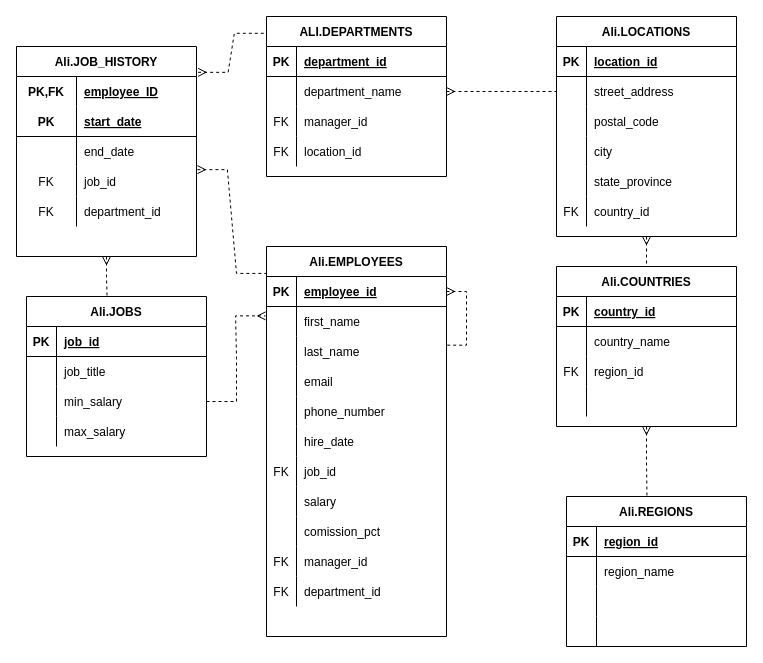
Aliraza1002/Draw.io keeps this draw.io diagram as page "Page-1" (1 of 2) of ERDAssignment.drawio. Above is the earlier version. Source tidied: cells renumbered, new cells numbered last; positions are measured from the earlier drawing's top-left corner, leaving out a move shared by most shapes. Both pictures are drawn from the tidied source at 100%, with x=0, y=0 at pixel (16, 16).
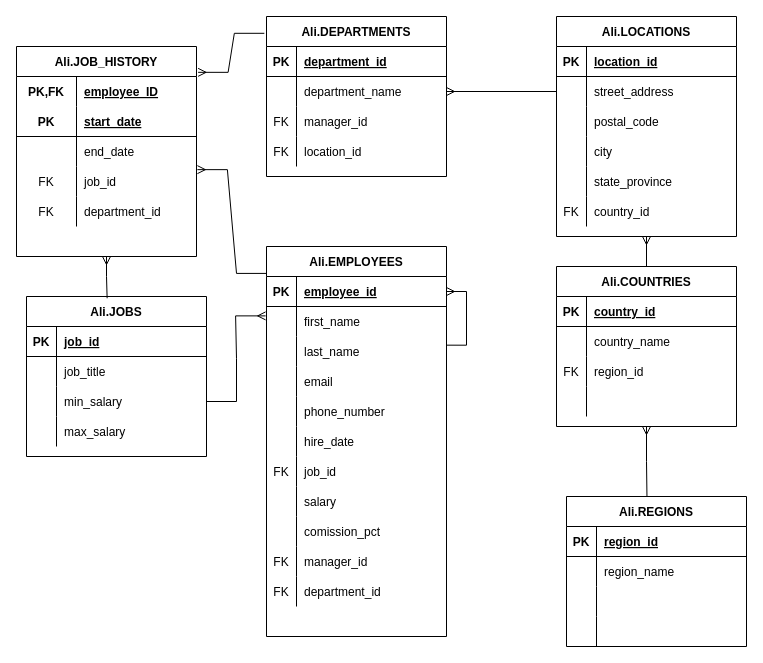
After the change.

Unchanged cells that the change refers to:
```xml
<mxCell id="2" value="Ali.JOBS" style="shape=table;startSize=30;childLayout=tableLayout;rowLines=0;fontStyle=1;align=center;" parent="1" vertex="1">
  <mxGeometry x="10" y="280" width="180" height="160" as="geometry" />
</mxCell>
<mxCell id="9" style="shape=partialRectangle;fillColor=none;top=0;left=0;bottom=0;right=0;points=[[0,0.5],[1,0.5]];portConstraint=eastwest;" parent="2" vertex="1">
  <mxGeometry y="90" width="180" height="30" as="geometry" />
</mxCell>
<mxCell id="16" value="Ali.JOB_HISTORY" style="shape=table;startSize=30;childLayout=tableLayout;rowLines=0;fontStyle=1;align=center;" parent="1" vertex="1">
  <mxGeometry y="30" width="180" height="210" as="geometry" />
</mxCell>
<mxCell id="26" style="shape=partialRectangle;fillColor=none;top=0;left=0;bottom=0;right=0;points=[[0,0.5],[1,0.5]];portConstraint=eastwest;" parent="16" vertex="1">
  <mxGeometry y="120" width="180" height="30" as="geometry" />
</mxCell>
<mxCell id="36" style="shape=partialRectangle;fillColor=none;top=0;left=0;bottom=0;right=0;points=[[0,0.5],[1,0.5]];portConstraint=eastwest;" parent="32" vertex="1">
  <mxGeometry y="60" width="180" height="30" as="geometry" />
</mxCell>
<mxCell id="46" value="Ali.LOCATIONS" style="shape=table;startSize=30;childLayout=tableLayout;rowLines=0;fontStyle=1;align=center;" parent="1" vertex="1">
  <mxGeometry x="540" width="180" height="220" as="geometry" />
</mxCell>
<mxCell id="50" style="shape=partialRectangle;fillColor=none;top=0;left=0;bottom=0;right=0;points=[[0,0.5],[1,0.5]];portConstraint=eastwest;" parent="46" vertex="1">
  <mxGeometry y="60" width="180" height="30" as="geometry" />
</mxCell>
<mxCell id="65" value="Ali.EMPLOYEES" style="shape=table;startSize=30;childLayout=tableLayout;rowLines=0;fontStyle=1;align=center;" parent="1" vertex="1">
  <mxGeometry x="250" y="230" width="180" height="390" as="geometry" />
</mxCell>
<mxCell id="67" style="shape=partialRectangle;fillColor=none;top=0;left=0;bottom=1;right=0;points=[[0,0.5],[1,0.5]];portConstraint=eastwest;" parent="65" vertex="1">
  <mxGeometry y="30" width="180" height="30" as="geometry" />
</mxCell>
<mxCell id="70" style="shape=partialRectangle;fillColor=none;top=0;left=0;bottom=0;right=0;points=[[0,0.5],[1,0.5]];portConstraint=eastwest;" parent="65" vertex="1">
  <mxGeometry y="60" width="180" height="30" as="geometry" />
</mxCell>
<mxCell id="73" style="shape=partialRectangle;fillColor=none;top=0;left=0;bottom=0;right=0;points=[[0,0.5],[1,0.5]];portConstraint=eastwest;" parent="65" vertex="1">
  <mxGeometry y="90" width="180" height="30" as="geometry" />
</mxCell>
<mxCell id="101" value="Ali.COUNTRIES" style="shape=table;startSize=30;childLayout=tableLayout;rowLines=0;fontStyle=1;align=center;" parent="1" vertex="1">
  <mxGeometry x="540" y="250" width="180" height="160" as="geometry" />
</mxCell>
<mxCell id="114" value="Ali.REGIONS" style="shape=table;startSize=30;childLayout=tableLayout;rowLines=0;fontStyle=1;align=center;" parent="1" vertex="1">
  <mxGeometry x="550" y="480" width="180" height="150" as="geometry" />
</mxCell>
```

Diff of the diagram source:
```diff
@@
-    <mxCell id="15" style="edgeStyle=orthogonalEdgeStyle;rounded=0;jettySize=auto;html=1;entryX=0.448;entryY=0.011;entryDx=0;entryDy=0;entryPerimeter=0;dashed=1;startArrow=ERmany;startFill=0;endArrow=none;endFill=0;" parent="1" edge="1" source="16" target="2">
+    <mxCell id="15" style="edgeStyle=orthogonalEdgeStyle;rounded=0;jettySize=auto;html=1;entryX=0.448;entryY=0.011;entryDx=0;entryDy=0;entryPerimeter=0;startArrow=ERmany;startFill=0;endArrow=none;endFill=0;" parent="1" edge="1" source="16" target="2">
       <mxGeometry relative="1" as="geometry" />
     </mxCell>
@@
-    <mxCell id="32" value="ALI.DEPARTMENTS" style="shape=table;startSize=30;childLayout=tableLayout;rowLines=0;fontStyle=1;align=center;" parent="1" vertex="1">
+    <mxCell id="32" value="Ali.DEPARTMENTS" style="shape=table;startSize=30;childLayout=tableLayout;rowLines=0;fontStyle=1;align=center;" parent="1" vertex="1">
       <mxGeometry x="250" width="180" height="160" as="geometry" />
     </mxCell>
@@
-    <mxCell id="45" style="edgeStyle=orthogonalEdgeStyle;rounded=0;jettySize=auto;html=1;exitX=0.5;exitY=1;exitDx=0;exitDy=0;entryX=0.5;entryY=0;entryDx=0;entryDy=0;dashed=1;startArrow=ERmany;startFill=0;endArrow=none;endFill=0;" parent="1" edge="1" source="46" target="101">
+    <mxCell id="45" style="edgeStyle=orthogonalEdgeStyle;rounded=0;jettySize=auto;html=1;exitX=0.5;exitY=1;exitDx=0;exitDy=0;entryX=0.5;entryY=0;entryDx=0;entryDy=0;startArrow=ERmany;startFill=0;endArrow=none;endFill=0;" parent="1" edge="1" source="46" target="101">
       <mxGeometry relative="1" as="geometry" />
     </mxCell>
@@
-    <mxCell id="66" style="edgeStyle=orthogonalEdgeStyle;rounded=0;jettySize=auto;html=1;exitX=1;exitY=0.5;exitDx=0;exitDy=0;entryX=1.002;entryY=0.289;entryDx=0;entryDy=0;entryPerimeter=0;dashed=1;startArrow=ERmany;startFill=0;endArrow=none;endFill=0;" parent="65" edge="1" source="67" target="73">
+    <mxCell id="66" style="edgeStyle=orthogonalEdgeStyle;rounded=0;jettySize=auto;html=1;exitX=1;exitY=0.5;exitDx=0;exitDy=0;entryX=1.002;entryY=0.289;entryDx=0;entryDy=0;entryPerimeter=0;startArrow=ERmany;startFill=0;endArrow=none;endFill=0;" parent="65" edge="1" source="67" target="73">
       <mxGeometry relative="1" as="geometry" />
     </mxCell>
@@
-    <mxCell id="100" style="edgeStyle=orthogonalEdgeStyle;rounded=0;jettySize=auto;html=1;entryX=0.447;entryY=-0.003;entryDx=0;entryDy=0;entryPerimeter=0;dashed=1;startArrow=ERmany;startFill=0;endArrow=none;endFill=0;" parent="1" edge="1" source="101" target="114">
+    <mxCell id="100" style="edgeStyle=orthogonalEdgeStyle;rounded=0;jettySize=auto;html=1;entryX=0.447;entryY=-0.003;entryDx=0;entryDy=0;entryPerimeter=0;startArrow=ERmany;startFill=0;endArrow=none;endFill=0;" parent="1" edge="1" source="101" target="114">
       <mxGeometry relative="1" as="geometry" />
     </mxCell>
@@
-    <mxCell id="127" style="edgeStyle=entityRelationEdgeStyle;fontSize=12;html=1;endArrow=ERmany;rounded=0;dashed=1;exitX=1;exitY=0.5;exitDx=0;exitDy=0;entryX=-0.005;entryY=0.313;entryDx=0;entryDy=0;entryPerimeter=0;" parent="1" edge="1" source="9" target="70">
+    <mxCell id="127" style="edgeStyle=entityRelationEdgeStyle;fontSize=12;html=1;endArrow=ERmany;rounded=0;exitX=1;exitY=0.5;exitDx=0;exitDy=0;entryX=-0.005;entryY=0.313;entryDx=0;entryDy=0;entryPerimeter=0;" parent="1" edge="1" source="9" target="70">
       <mxGeometry relative="1" as="geometry" />
     </mxCell>
@@
-    <mxCell id="129" style="edgeStyle=entityRelationEdgeStyle;fontSize=12;html=1;endArrow=none;rounded=0;startArrow=ERmany;startFill=0;endFill=0;entryX=0;entryY=0.069;entryDx=0;entryDy=0;entryPerimeter=0;dashed=1;exitX=1.005;exitY=0.105;exitDx=0;exitDy=0;exitPerimeter=0;" parent="1" edge="1" source="26" target="65">
+    <mxCell id="129" style="edgeStyle=entityRelationEdgeStyle;fontSize=12;html=1;endArrow=none;rounded=0;startArrow=ERmany;startFill=0;endFill=0;entryX=0;entryY=0.069;entryDx=0;entryDy=0;entryPerimeter=0;exitX=1.005;exitY=0.105;exitDx=0;exitDy=0;exitPerimeter=0;" parent="1" edge="1" source="26" target="65">
       <mxGeometry relative="1" as="geometry" />
     </mxCell>
-    <mxCell id="130" style="edgeStyle=entityRelationEdgeStyle;fontSize=12;html=1;endArrow=none;rounded=0;dashed=1;endFill=0;startArrow=ERmany;startFill=0;entryX=-0.012;entryY=0.105;entryDx=0;entryDy=0;entryPerimeter=0;exitX=1.009;exitY=0.123;exitDx=0;exitDy=0;exitPerimeter=0;" parent="1" edge="1" source="16" target="32">
+    <mxCell id="130" style="edgeStyle=entityRelationEdgeStyle;fontSize=12;html=1;endArrow=none;rounded=0;endFill=0;startArrow=ERmany;startFill=0;entryX=-0.012;entryY=0.105;entryDx=0;entryDy=0;entryPerimeter=0;exitX=1.009;exitY=0.123;exitDx=0;exitDy=0;exitPerimeter=0;" parent="1" edge="1" source="16" target="32">
       <mxGeometry relative="1" as="geometry" />
     </mxCell>
-    <mxCell id="131" style="edgeStyle=orthogonalEdgeStyle;rounded=0;jettySize=auto;html=1;exitX=1;exitY=0.5;exitDx=0;exitDy=0;entryX=0;entryY=0.5;entryDx=0;entryDy=0;dashed=1;startArrow=ERmany;startFill=0;endArrow=none;endFill=0;" parent="1" edge="1" source="36" target="50">
+    <mxCell id="131" style="edgeStyle=orthogonalEdgeStyle;rounded=0;jettySize=auto;html=1;exitX=1;exitY=0.5;exitDx=0;exitDy=0;entryX=0;entryY=0.5;entryDx=0;entryDy=0;startArrow=ERmany;startFill=0;endArrow=none;endFill=0;" parent="1" edge="1" source="36" target="50">
       <mxGeometry relative="1" as="geometry" />
     </mxCell>
```
